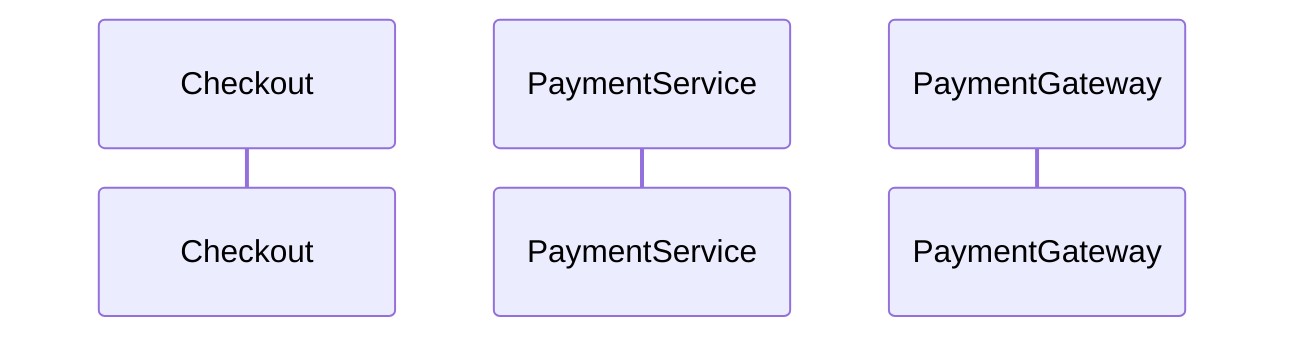
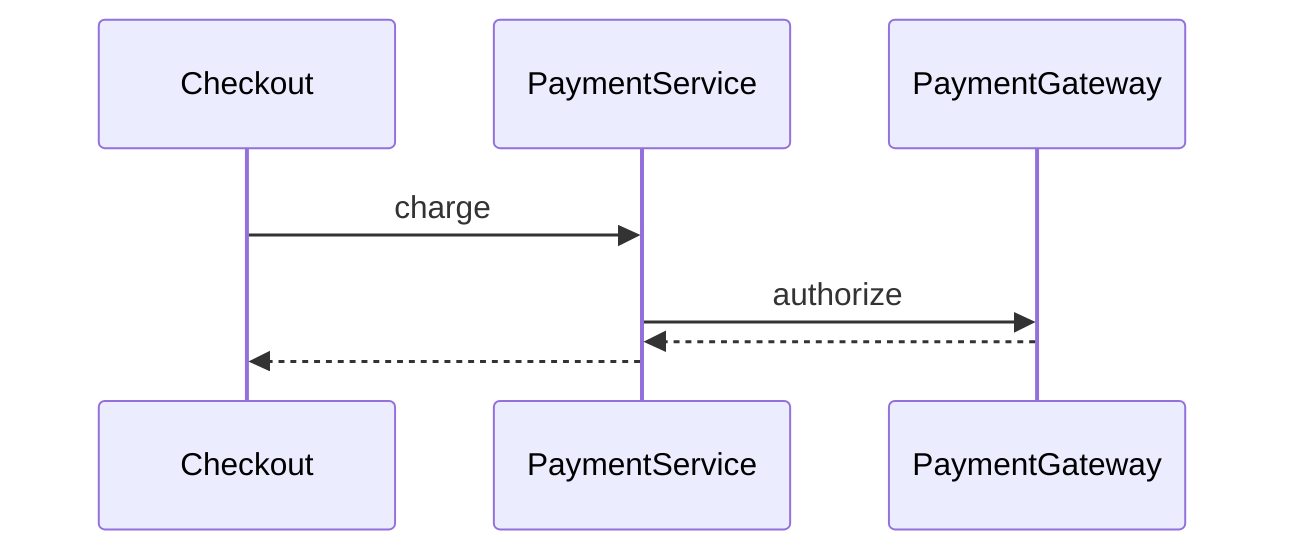
sequenceDiagram
-     participant shop_Checkout as Checkout
-     participant shop_PaymentService as PaymentService
-     participant shop_PaymentGateway as PaymentGateway
+     participant Checkout as Checkout
+     participant PaymentService as PaymentService
+     participant PaymentGateway as PaymentGateway
+     Checkout->>PaymentService: charge
+     PaymentService->>PaymentGateway: authorize
+     PaymentGateway-->>PaymentService:
+     PaymentService-->>Checkout:
